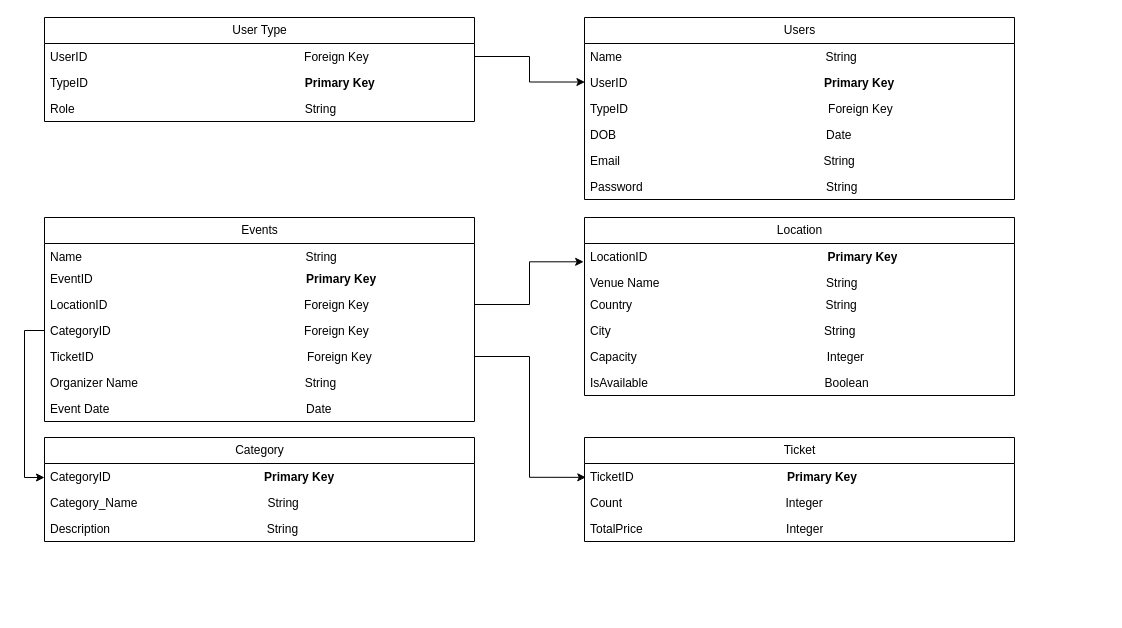
Above: Tables.drawio in Stormtroopper/HTML-layout-learning (draw.io), before the change. Source tidied: cells renumbered, new cells numbered last; positions are measured from the earlier drawing's top-left corner, leaving out a move shared by most shapes. Both pictures are drawn from the tidied source at 100%, with x=0, y=0 at pixel (44, 17).
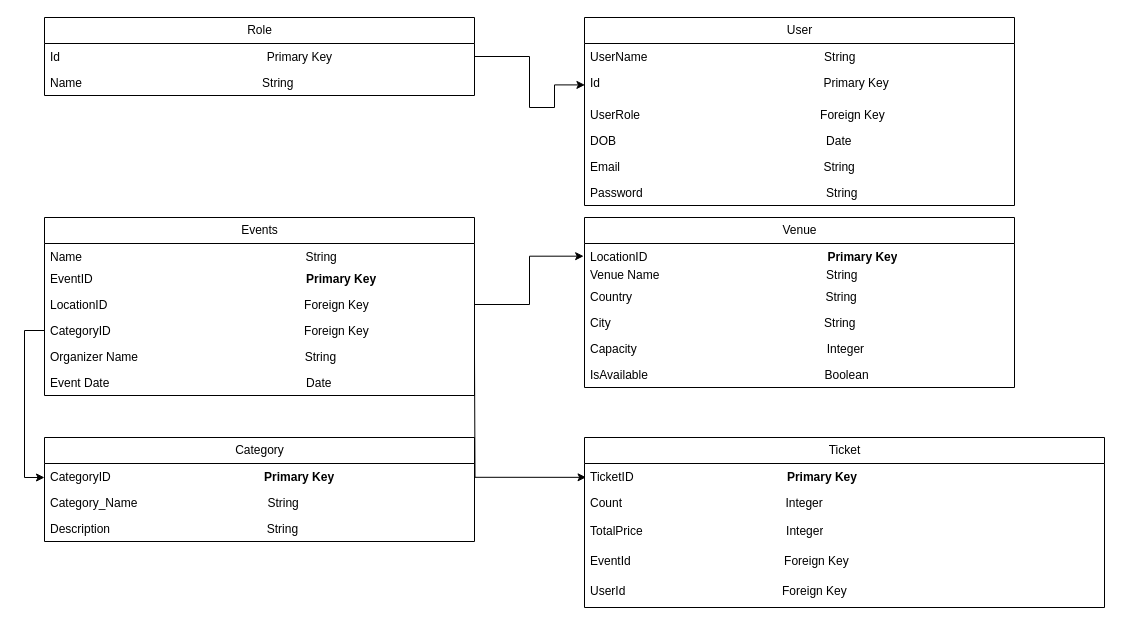
After the change.

The edit, as a diff of the source:
```diff
@@
-    <mxCell id="2" value="User Type" style="swimlane;fontStyle=0;horizontal=1;startSize=26;fillColor=none;html=1;" parent="1" vertex="1">
-      <mxGeometry width="430" height="104" as="geometry" />
+    <mxCell id="2" value="Role" style="swimlane;fontStyle=0;horizontal=1;startSize=26;fillColor=none;html=1;" parent="1" vertex="1">
+      <mxGeometry width="430" height="78" as="geometry" />
     </mxCell>
-    <mxCell id="3" value="UserID&amp;nbsp; &amp;nbsp; &amp;nbsp; &amp;nbsp; &amp;nbsp; &amp;nbsp; &amp;nbsp; &amp;nbsp; &amp;nbsp; &amp;nbsp; &amp;nbsp; &amp;nbsp; &amp;nbsp; &amp;nbsp; &amp;nbsp; &amp;nbsp; &amp;nbsp; &amp;nbsp; &amp;nbsp; &amp;nbsp; &amp;nbsp; &amp;nbsp; &amp;nbsp; &amp;nbsp; &amp;nbsp; &amp;nbsp; &amp;nbsp; &amp;nbsp; &amp;nbsp; &amp;nbsp; &amp;nbsp; &amp;nbsp; &amp;nbsp;Foreign Key&amp;nbsp; &amp;nbsp; &amp;nbsp; &amp;nbsp; &amp;nbsp; &amp;nbsp;" style="text;strokeColor=none;fillColor=none;align=left;verticalAlign=top;spacingLeft=4;spacingRight=4;overflow=hidden;points=[[0,0.5],[1,0.5]];portConstraint=eastwest;whiteSpace=wrap;html=1;" parent="2" vertex="1">
+    <mxCell id="3" value="Id&amp;nbsp; &amp;nbsp; &amp;nbsp; &amp;nbsp; &amp;nbsp; &amp;nbsp; &amp;nbsp; &amp;nbsp; &amp;nbsp; &amp;nbsp; &amp;nbsp; &amp;nbsp; &amp;nbsp; &amp;nbsp; &amp;nbsp; &amp;nbsp; &amp;nbsp; &amp;nbsp; &amp;nbsp; &amp;nbsp; &amp;nbsp; &amp;nbsp; &amp;nbsp; &amp;nbsp; &amp;nbsp; &amp;nbsp; &amp;nbsp; &amp;nbsp; &amp;nbsp; &amp;nbsp; &amp;nbsp; Primary Key" style="text;strokeColor=none;fillColor=none;align=left;verticalAlign=top;spacingLeft=4;spacingRight=4;overflow=hidden;points=[[0,0.5],[1,0.5]];portConstraint=eastwest;whiteSpace=wrap;html=1;" parent="2" vertex="1">
       <mxGeometry y="26" width="430" height="26" as="geometry" />
     </mxCell>
-    <mxCell id="4" value="TypeID&amp;nbsp; &amp;nbsp; &amp;nbsp; &amp;nbsp; &amp;nbsp; &amp;nbsp; &amp;nbsp; &amp;nbsp; &amp;nbsp; &amp;nbsp; &amp;nbsp; &amp;nbsp; &amp;nbsp; &amp;nbsp; &amp;nbsp; &amp;nbsp; &amp;nbsp; &amp;nbsp; &amp;nbsp; &amp;nbsp; &amp;nbsp; &amp;nbsp; &amp;nbsp; &amp;nbsp; &amp;nbsp; &amp;nbsp; &amp;nbsp; &amp;nbsp; &amp;nbsp; &amp;nbsp; &amp;nbsp; &amp;nbsp; &amp;nbsp;&lt;b&gt;Primary Key&lt;/b&gt;&lt;div&gt;&lt;br&gt;&lt;/div&gt;" style="text;strokeColor=none;fillColor=none;align=left;verticalAlign=top;spacingLeft=4;spacingRight=4;overflow=hidden;whiteSpace=wrap;html=1;" parent="2" vertex="1">
+    <mxCell id="4" value="Name&amp;nbsp; &amp;nbsp; &amp;nbsp; &amp;nbsp; &amp;nbsp; &amp;nbsp; &amp;nbsp; &amp;nbsp; &amp;nbsp; &amp;nbsp; &amp;nbsp; &amp;nbsp; &amp;nbsp; &amp;nbsp; &amp;nbsp; &amp;nbsp; &amp;nbsp; &amp;nbsp; &amp;nbsp; &amp;nbsp; &amp;nbsp; &amp;nbsp; &amp;nbsp; &amp;nbsp; &amp;nbsp; &amp;nbsp; &amp;nbsp; String" style="text;strokeColor=none;fillColor=none;align=left;verticalAlign=top;spacingLeft=4;spacingRight=4;overflow=hidden;whiteSpace=wrap;html=1;" parent="2" vertex="1">
       <mxGeometry y="52" width="430" height="26" as="geometry" />
     </mxCell>
-    <mxCell id="5" value="Role&amp;nbsp; &amp;nbsp; &amp;nbsp; &amp;nbsp; &amp;nbsp; &amp;nbsp; &amp;nbsp; &amp;nbsp; &amp;nbsp; &amp;nbsp; &amp;nbsp; &amp;nbsp; &amp;nbsp; &amp;nbsp; &amp;nbsp; &amp;nbsp; &amp;nbsp; &amp;nbsp; &amp;nbsp; &amp;nbsp; &amp;nbsp; &amp;nbsp; &amp;nbsp; &amp;nbsp; &amp;nbsp; &amp;nbsp; &amp;nbsp; &amp;nbsp; &amp;nbsp; &amp;nbsp; &amp;nbsp; &amp;nbsp; &amp;nbsp; &amp;nbsp; &amp;nbsp;String" style="text;strokeColor=none;fillColor=none;align=left;verticalAlign=top;spacingLeft=4;spacingRight=4;overflow=hidden;whiteSpace=wrap;html=1;" parent="2" vertex="1">
-      <mxGeometry y="78" width="430" height="26" as="geometry" />
-    </mxCell>
-    <mxCell id="6" value="Users" style="swimlane;fontStyle=0;horizontal=1;startSize=26;fillColor=none;html=1;" parent="1" vertex="1">
-      <mxGeometry x="540" width="430" height="182" as="geometry" />
+    <mxCell id="6" value="User" style="swimlane;fontStyle=0;horizontal=1;startSize=26;fillColor=none;html=1;" parent="1" vertex="1">
+      <mxGeometry x="540" width="430" height="188" as="geometry" />
     </mxCell>
-    <mxCell id="7" value="Name&amp;nbsp; &amp;nbsp; &amp;nbsp; &amp;nbsp; &amp;nbsp; &amp;nbsp; &amp;nbsp; &amp;nbsp; &amp;nbsp; &amp;nbsp; &amp;nbsp; &amp;nbsp; &amp;nbsp; &amp;nbsp; &amp;nbsp; &amp;nbsp; &amp;nbsp; &amp;nbsp; &amp;nbsp; &amp;nbsp; &amp;nbsp; &amp;nbsp; &amp;nbsp; &amp;nbsp; &amp;nbsp; &amp;nbsp; &amp;nbsp; &amp;nbsp; &amp;nbsp; &amp;nbsp; &amp;nbsp;String" style="text;strokeColor=none;fillColor=none;align=left;verticalAlign=top;spacingLeft=4;spacingRight=4;overflow=hidden;whiteSpace=wrap;html=1;" parent="6" vertex="1">
+    <mxCell id="7" value="UserName&amp;nbsp; &amp;nbsp; &amp;nbsp; &amp;nbsp; &amp;nbsp; &amp;nbsp; &amp;nbsp; &amp;nbsp; &amp;nbsp; &amp;nbsp; &amp;nbsp; &amp;nbsp; &amp;nbsp; &amp;nbsp; &amp;nbsp; &amp;nbsp; &amp;nbsp; &amp;nbsp; &amp;nbsp; &amp;nbsp; &amp;nbsp; &amp;nbsp; &amp;nbsp; &amp;nbsp; &amp;nbsp; &amp;nbsp; &amp;nbsp;String" style="text;strokeColor=none;fillColor=none;align=left;verticalAlign=top;spacingLeft=4;spacingRight=4;overflow=hidden;whiteSpace=wrap;html=1;" parent="6" vertex="1">
       <mxGeometry y="26" width="430" height="26" as="geometry" />
     </mxCell>
-    <mxCell id="8" value="UserID&amp;nbsp; &amp;nbsp; &amp;nbsp; &amp;nbsp; &amp;nbsp; &amp;nbsp; &amp;nbsp; &amp;nbsp; &amp;nbsp; &amp;nbsp; &amp;nbsp; &amp;nbsp; &amp;nbsp; &amp;nbsp; &amp;nbsp; &amp;nbsp; &amp;nbsp; &amp;nbsp; &amp;nbsp; &amp;nbsp; &amp;nbsp; &amp;nbsp; &amp;nbsp; &amp;nbsp; &amp;nbsp; &amp;nbsp; &amp;nbsp; &amp;nbsp; &amp;nbsp; &amp;nbsp;&lt;b&gt;Primary Key&lt;/b&gt;" style="text;strokeColor=none;fillColor=none;align=left;verticalAlign=top;spacingLeft=4;spacingRight=4;overflow=hidden;points=[[0,0.5],[1,0.5]];portConstraint=eastwest;whiteSpace=wrap;html=1;" parent="6" vertex="1">
-      <mxGeometry y="52" width="430" height="26" as="geometry" />
+    <mxCell id="8" value="Id&amp;nbsp; &amp;nbsp; &amp;nbsp; &amp;nbsp; &amp;nbsp; &amp;nbsp; &amp;nbsp; &amp;nbsp; &amp;nbsp; &amp;nbsp; &amp;nbsp; &amp;nbsp; &amp;nbsp; &amp;nbsp; &amp;nbsp; &amp;nbsp; &amp;nbsp; &amp;nbsp; &amp;nbsp; &amp;nbsp; &amp;nbsp; &amp;nbsp; &amp;nbsp; &amp;nbsp; &amp;nbsp; &amp;nbsp; &amp;nbsp; &amp;nbsp; &amp;nbsp; &amp;nbsp; &amp;nbsp; &amp;nbsp; &amp;nbsp; &amp;nbsp;Primary Key" style="text;strokeColor=none;fillColor=none;align=left;verticalAlign=top;spacingLeft=4;spacingRight=4;overflow=hidden;points=[[0,0.5],[1,0.5]];portConstraint=eastwest;whiteSpace=wrap;html=1;" parent="6" vertex="1">
+      <mxGeometry y="52" width="430" height="32" as="geometry" />
     </mxCell>
-    <mxCell id="9" value="TypeID&amp;nbsp; &amp;nbsp; &amp;nbsp; &amp;nbsp; &amp;nbsp; &amp;nbsp; &amp;nbsp; &amp;nbsp; &amp;nbsp; &amp;nbsp; &amp;nbsp; &amp;nbsp; &amp;nbsp; &amp;nbsp; &amp;nbsp; &amp;nbsp; &amp;nbsp; &amp;nbsp; &amp;nbsp; &amp;nbsp; &amp;nbsp; &amp;nbsp; &amp;nbsp; &amp;nbsp; &amp;nbsp; &amp;nbsp; &amp;nbsp; &amp;nbsp; &amp;nbsp; &amp;nbsp; Foreign Key" style="text;strokeColor=none;fillColor=none;align=left;verticalAlign=top;spacingLeft=4;spacingRight=4;overflow=hidden;whiteSpace=wrap;html=1;" parent="6" vertex="1">
-      <mxGeometry y="78" width="430" height="26" as="geometry" />
+    <mxCell id="9" value="UserRole&amp;nbsp; &amp;nbsp; &amp;nbsp; &amp;nbsp; &amp;nbsp; &amp;nbsp; &amp;nbsp; &amp;nbsp; &amp;nbsp; &amp;nbsp; &amp;nbsp; &amp;nbsp; &amp;nbsp; &amp;nbsp; &amp;nbsp; &amp;nbsp; &amp;nbsp; &amp;nbsp; &amp;nbsp; &amp;nbsp; &amp;nbsp; &amp;nbsp; &amp;nbsp; &amp;nbsp; &amp;nbsp; &amp;nbsp; &amp;nbsp; Foreign Key" style="text;strokeColor=none;fillColor=none;align=left;verticalAlign=top;spacingLeft=4;spacingRight=4;overflow=hidden;whiteSpace=wrap;html=1;" parent="6" vertex="1">
+      <mxGeometry y="84" width="430" height="26" as="geometry" />
     </mxCell>
     <mxCell id="10" value="DOB&amp;nbsp; &amp;nbsp; &amp;nbsp; &amp;nbsp; &amp;nbsp; &amp;nbsp; &amp;nbsp; &amp;nbsp; &amp;nbsp; &amp;nbsp; &amp;nbsp; &amp;nbsp; &amp;nbsp; &amp;nbsp; &amp;nbsp; &amp;nbsp; &amp;nbsp; &amp;nbsp; &amp;nbsp; &amp;nbsp; &amp;nbsp; &amp;nbsp; &amp;nbsp; &amp;nbsp; &amp;nbsp; &amp;nbsp; &amp;nbsp; &amp;nbsp; &amp;nbsp; &amp;nbsp; &amp;nbsp; &amp;nbsp;Date" style="text;strokeColor=none;fillColor=none;align=left;verticalAlign=top;spacingLeft=4;spacingRight=4;overflow=hidden;whiteSpace=wrap;html=1;" parent="6" vertex="1">
-      <mxGeometry y="104" width="430" height="26" as="geometry" />
+      <mxGeometry y="110" width="430" height="26" as="geometry" />
     </mxCell>
     <mxCell id="11" value="Email&amp;nbsp; &amp;nbsp; &amp;nbsp; &amp;nbsp; &amp;nbsp; &amp;nbsp; &amp;nbsp; &amp;nbsp; &amp;nbsp; &amp;nbsp; &amp;nbsp; &amp;nbsp; &amp;nbsp; &amp;nbsp; &amp;nbsp; &amp;nbsp; &amp;nbsp; &amp;nbsp; &amp;nbsp; &amp;nbsp; &amp;nbsp; &amp;nbsp; &amp;nbsp; &amp;nbsp; &amp;nbsp; &amp;nbsp; &amp;nbsp; &amp;nbsp; &amp;nbsp; &amp;nbsp; &amp;nbsp;String&lt;div&gt;&lt;br&gt;&lt;/div&gt;" style="text;strokeColor=none;fillColor=none;align=left;verticalAlign=top;spacingLeft=4;spacingRight=4;overflow=hidden;whiteSpace=wrap;html=1;" parent="6" vertex="1">
-      <mxGeometry y="130" width="430" height="26" as="geometry" />
+      <mxGeometry y="136" width="430" height="26" as="geometry" />
     </mxCell>
     <mxCell id="12" value="&lt;div&gt;Password&amp;nbsp; &amp;nbsp; &amp;nbsp; &amp;nbsp; &amp;nbsp; &amp;nbsp; &amp;nbsp; &amp;nbsp; &amp;nbsp; &amp;nbsp; &amp;nbsp; &amp;nbsp; &amp;nbsp; &amp;nbsp; &amp;nbsp; &amp;nbsp; &amp;nbsp; &amp;nbsp; &amp;nbsp; &amp;nbsp; &amp;nbsp; &amp;nbsp; &amp;nbsp; &amp;nbsp; &amp;nbsp; &amp;nbsp; &amp;nbsp; &amp;nbsp;String&lt;/div&gt;" style="text;strokeColor=none;fillColor=none;align=left;verticalAlign=top;spacingLeft=4;spacingRight=4;overflow=hidden;whiteSpace=wrap;html=1;" parent="6" vertex="1">
-      <mxGeometry y="156" width="430" height="26" as="geometry" />
+      <mxGeometry y="162" width="430" height="26" as="geometry" />
     </mxCell>
     <mxCell id="13" value="Events" style="swimlane;fontStyle=0;horizontal=1;startSize=26;fillColor=none;html=1;" parent="1" vertex="1">
-      <mxGeometry y="200" width="430" height="204" as="geometry" />
+      <mxGeometry y="200" width="430" height="178" as="geometry" />
     </mxCell>
@@
-    <mxCell id="18" value="TicketID&amp;nbsp; &amp;nbsp; &amp;nbsp; &amp;nbsp; &amp;nbsp; &amp;nbsp; &amp;nbsp; &amp;nbsp; &amp;nbsp; &amp;nbsp; &amp;nbsp; &amp;nbsp; &amp;nbsp; &amp;nbsp; &amp;nbsp; &amp;nbsp; &amp;nbsp; &amp;nbsp; &amp;nbsp; &amp;nbsp; &amp;nbsp; &amp;nbsp; &amp;nbsp; &amp;nbsp; &amp;nbsp; &amp;nbsp; &amp;nbsp; &amp;nbsp; &amp;nbsp; &amp;nbsp; &amp;nbsp; &amp;nbsp; Foreign Key" style="text;strokeColor=none;fillColor=none;align=left;verticalAlign=top;spacingLeft=4;spacingRight=4;overflow=hidden;points=[[0,0.5],[1,0.5]];portConstraint=eastwest;whiteSpace=wrap;html=1;" parent="13" vertex="1">
-      <mxGeometry y="126" width="430" height="26" as="geometry" />
-    </mxCell>
     <mxCell id="19" value="Organizer Name&amp;nbsp; &amp;nbsp; &amp;nbsp; &amp;nbsp; &amp;nbsp; &amp;nbsp; &amp;nbsp; &amp;nbsp; &amp;nbsp; &amp;nbsp; &amp;nbsp; &amp;nbsp; &amp;nbsp; &amp;nbsp; &amp;nbsp; &amp;nbsp; &amp;nbsp; &amp;nbsp; &amp;nbsp; &amp;nbsp; &amp;nbsp; &amp;nbsp; &amp;nbsp; &amp;nbsp; &amp;nbsp; String&lt;div&gt;&lt;br&gt;&lt;/div&gt;" style="text;strokeColor=none;fillColor=none;align=left;verticalAlign=top;spacingLeft=4;spacingRight=4;overflow=hidden;whiteSpace=wrap;html=1;" parent="13" vertex="1">
-      <mxGeometry y="152" width="430" height="26" as="geometry" />
+      <mxGeometry y="126" width="430" height="26" as="geometry" />
     </mxCell>
     <mxCell id="20" value="&lt;div&gt;Event Date&amp;nbsp; &amp;nbsp; &amp;nbsp; &amp;nbsp; &amp;nbsp; &amp;nbsp; &amp;nbsp; &amp;nbsp; &amp;nbsp; &amp;nbsp; &amp;nbsp; &amp;nbsp; &amp;nbsp; &amp;nbsp; &amp;nbsp; &amp;nbsp; &amp;nbsp; &amp;nbsp; &amp;nbsp; &amp;nbsp; &amp;nbsp; &amp;nbsp; &amp;nbsp; &amp;nbsp; &amp;nbsp; &amp;nbsp; &amp;nbsp; &amp;nbsp; &amp;nbsp; &amp;nbsp;Date&lt;/div&gt;" style="text;strokeColor=none;fillColor=none;align=left;verticalAlign=top;spacingLeft=4;spacingRight=4;overflow=hidden;whiteSpace=wrap;html=1;" parent="13" vertex="1">
-      <mxGeometry y="178" width="430" height="26" as="geometry" />
+      <mxGeometry y="152" width="430" height="26" as="geometry" />
     </mxCell>
-    <mxCell id="21" value="Location" style="swimlane;fontStyle=0;horizontal=1;startSize=26;fillColor=none;html=1;" parent="1" vertex="1">
-      <mxGeometry x="540" y="200" width="430" height="178" as="geometry" />
+    <mxCell id="21" value="Venue" style="swimlane;fontStyle=0;horizontal=1;startSize=26;fillColor=none;html=1;" parent="1" vertex="1">
+      <mxGeometry x="540" y="200" width="430" height="170" as="geometry" />
     </mxCell>
     <mxCell id="22" value="LocationID&amp;nbsp; &amp;nbsp; &amp;nbsp; &amp;nbsp; &amp;nbsp; &amp;nbsp; &amp;nbsp; &amp;nbsp; &amp;nbsp; &amp;nbsp; &amp;nbsp; &amp;nbsp; &amp;nbsp; &amp;nbsp; &amp;nbsp; &amp;nbsp; &amp;nbsp; &amp;nbsp; &amp;nbsp; &amp;nbsp; &amp;nbsp; &amp;nbsp; &amp;nbsp; &amp;nbsp; &amp;nbsp; &amp;nbsp; &amp;nbsp; &lt;b&gt;Primary Key&lt;/b&gt;" style="text;strokeColor=none;fillColor=none;align=left;verticalAlign=top;spacingLeft=4;spacingRight=4;overflow=hidden;points=[[0,0.5],[1,0.5]];portConstraint=eastwest;whiteSpace=wrap;html=1;" parent="21" vertex="1">
-      <mxGeometry y="26" width="430" height="26" as="geometry" />
+      <mxGeometry y="26" width="430" height="18" as="geometry" />
     </mxCell>
     <mxCell id="23" value="Venue Name&amp;nbsp; &amp;nbsp; &amp;nbsp; &amp;nbsp; &amp;nbsp; &amp;nbsp; &amp;nbsp; &amp;nbsp; &amp;nbsp; &amp;nbsp; &amp;nbsp; &amp;nbsp; &amp;nbsp; &amp;nbsp; &amp;nbsp; &amp;nbsp; &amp;nbsp; &amp;nbsp; &amp;nbsp; &amp;nbsp; &amp;nbsp; &amp;nbsp; &amp;nbsp; &amp;nbsp; &amp;nbsp; String" style="text;strokeColor=none;fillColor=none;align=left;verticalAlign=top;spacingLeft=4;spacingRight=4;overflow=hidden;whiteSpace=wrap;html=1;" parent="21" vertex="1">
-      <mxGeometry y="52" width="430" height="22" as="geometry" />
+      <mxGeometry y="44" width="430" height="22" as="geometry" />
     </mxCell>
     <mxCell id="24" value="Country&amp;nbsp; &amp;nbsp; &amp;nbsp; &amp;nbsp; &amp;nbsp; &amp;nbsp; &amp;nbsp; &amp;nbsp; &amp;nbsp; &amp;nbsp; &amp;nbsp; &amp;nbsp; &amp;nbsp; &amp;nbsp; &amp;nbsp; &amp;nbsp; &amp;nbsp; &amp;nbsp; &amp;nbsp; &amp;nbsp; &amp;nbsp; &amp;nbsp; &amp;nbsp; &amp;nbsp; &amp;nbsp; &amp;nbsp; &amp;nbsp; &amp;nbsp; &amp;nbsp; String" style="text;strokeColor=none;fillColor=none;align=left;verticalAlign=top;spacingLeft=4;spacingRight=4;overflow=hidden;whiteSpace=wrap;html=1;" parent="21" vertex="1">
-      <mxGeometry y="74" width="430" height="26" as="geometry" />
+      <mxGeometry y="66" width="430" height="26" as="geometry" />
     </mxCell>
     <mxCell id="25" value="City&amp;nbsp; &amp;nbsp; &amp;nbsp; &amp;nbsp; &amp;nbsp; &amp;nbsp; &amp;nbsp; &amp;nbsp; &amp;nbsp; &amp;nbsp; &amp;nbsp; &amp;nbsp; &amp;nbsp; &amp;nbsp; &amp;nbsp; &amp;nbsp; &amp;nbsp; &amp;nbsp; &amp;nbsp; &amp;nbsp; &amp;nbsp; &amp;nbsp; &amp;nbsp; &amp;nbsp; &amp;nbsp; &amp;nbsp; &amp;nbsp; &amp;nbsp; &amp;nbsp; &amp;nbsp; &amp;nbsp; &amp;nbsp; String&lt;div&gt;&lt;br&gt;&lt;/div&gt;" style="text;strokeColor=none;fillColor=none;align=left;verticalAlign=top;spacingLeft=4;spacingRight=4;overflow=hidden;whiteSpace=wrap;html=1;" parent="21" vertex="1">
-      <mxGeometry y="100" width="430" height="26" as="geometry" />
+      <mxGeometry y="92" width="430" height="26" as="geometry" />
     </mxCell>
     <mxCell id="26" value="&lt;div&gt;Capacity&amp;nbsp; &amp;nbsp; &amp;nbsp; &amp;nbsp;&amp;nbsp;&lt;span style=&quot;background-color: initial;&quot;&gt;&amp;nbsp; &amp;nbsp; &amp;nbsp; &amp;nbsp; &amp;nbsp; &amp;nbsp; &amp;nbsp; &amp;nbsp; &amp;nbsp; &amp;nbsp; &amp;nbsp; &amp;nbsp; &amp;nbsp; &amp;nbsp; &amp;nbsp; &amp;nbsp; &amp;nbsp; &amp;nbsp; &amp;nbsp; &amp;nbsp; &amp;nbsp; &amp;nbsp; &amp;nbsp; &amp;nbsp; &amp;nbsp;Integer&lt;/span&gt;&lt;/div&gt;" style="text;strokeColor=none;fillColor=none;align=left;verticalAlign=top;spacingLeft=4;spacingRight=4;overflow=hidden;whiteSpace=wrap;html=1;" parent="21" vertex="1">
-      <mxGeometry y="126" width="430" height="26" as="geometry" />
+      <mxGeometry y="118" width="430" height="26" as="geometry" />
     </mxCell>
     <mxCell id="27" value="&lt;div&gt;IsAvailable&amp;nbsp; &amp;nbsp; &amp;nbsp; &amp;nbsp; &amp;nbsp; &amp;nbsp; &amp;nbsp; &amp;nbsp; &amp;nbsp; &amp;nbsp; &amp;nbsp; &amp;nbsp; &amp;nbsp; &amp;nbsp; &amp;nbsp; &amp;nbsp; &amp;nbsp; &amp;nbsp; &amp;nbsp; &amp;nbsp; &amp;nbsp; &amp;nbsp; &amp;nbsp; &amp;nbsp; &amp;nbsp; &amp;nbsp; &amp;nbsp;Boolean&lt;/div&gt;" style="text;strokeColor=none;fillColor=none;align=left;verticalAlign=top;spacingLeft=4;spacingRight=4;overflow=hidden;whiteSpace=wrap;html=1;" parent="21" vertex="1">
-      <mxGeometry y="152" width="430" height="26" as="geometry" />
+      <mxGeometry y="144" width="430" height="26" as="geometry" />
     </mxCell>
@@
     <mxCell id="32" value="Ticket" style="swimlane;fontStyle=0;horizontal=1;startSize=26;fillColor=none;html=1;" parent="1" vertex="1">
-      <mxGeometry x="540" y="420" width="430" height="104" as="geometry" />
+      <mxGeometry x="540" y="420" width="520" height="170" as="geometry" />
     </mxCell>
     <mxCell id="33" value="TicketID&amp;nbsp; &amp;nbsp; &amp;nbsp; &amp;nbsp; &amp;nbsp; &amp;nbsp; &amp;nbsp; &amp;nbsp; &amp;nbsp; &amp;nbsp; &amp;nbsp; &amp;nbsp; &amp;nbsp; &amp;nbsp; &amp;nbsp; &amp;nbsp; &amp;nbsp; &amp;nbsp; &amp;nbsp; &amp;nbsp; &amp;nbsp; &amp;nbsp; &amp;nbsp; &lt;b&gt;Primary Key&lt;/b&gt;" style="text;strokeColor=none;fillColor=none;align=left;verticalAlign=top;spacingLeft=4;spacingRight=4;overflow=hidden;points=[[0,0.5],[1,0.5]];portConstraint=eastwest;whiteSpace=wrap;html=1;" parent="32" vertex="1">
-      <mxGeometry y="26" width="430" height="26" as="geometry" />
+      <mxGeometry y="26" width="520" height="26" as="geometry" />
     </mxCell>
     <mxCell id="34" value="&lt;div&gt;Count&amp;nbsp; &amp;nbsp; &amp;nbsp; &amp;nbsp; &amp;nbsp; &amp;nbsp; &amp;nbsp; &amp;nbsp; &amp;nbsp; &amp;nbsp; &amp;nbsp; &amp;nbsp; &amp;nbsp; &amp;nbsp; &amp;nbsp; &amp;nbsp; &amp;nbsp; &amp;nbsp; &amp;nbsp; &amp;nbsp; &amp;nbsp; &amp;nbsp; &amp;nbsp; &amp;nbsp; &amp;nbsp;Integer&lt;/div&gt;" style="text;strokeColor=none;fillColor=none;align=left;verticalAlign=top;spacingLeft=4;spacingRight=4;overflow=hidden;whiteSpace=wrap;html=1;" parent="32" vertex="1">
-      <mxGeometry y="52" width="430" height="26" as="geometry" />
+      <mxGeometry y="52" width="520" height="28" as="geometry" />
     </mxCell>
     <mxCell id="35" value="&lt;div&gt;TotalPrice&amp;nbsp; &amp;nbsp; &amp;nbsp; &amp;nbsp; &amp;nbsp; &amp;nbsp; &amp;nbsp; &amp;nbsp; &amp;nbsp; &amp;nbsp; &amp;nbsp; &amp;nbsp; &amp;nbsp; &amp;nbsp; &amp;nbsp; &amp;nbsp; &amp;nbsp; &amp;nbsp; &amp;nbsp; &amp;nbsp; &amp;nbsp; &amp;nbsp;Integer&lt;/div&gt;" style="text;strokeColor=none;fillColor=none;align=left;verticalAlign=top;spacingLeft=4;spacingRight=4;overflow=hidden;whiteSpace=wrap;html=1;" parent="32" vertex="1">
-      <mxGeometry y="78" width="430" height="26" as="geometry" />
+      <mxGeometry y="80" width="520" height="30" as="geometry" />
     </mxCell>
+    <mxCell id="40" value="EventId&amp;nbsp; &amp;nbsp; &amp;nbsp; &amp;nbsp; &amp;nbsp; &amp;nbsp; &amp;nbsp; &amp;nbsp; &amp;nbsp; &amp;nbsp; &amp;nbsp; &amp;nbsp; &amp;nbsp; &amp;nbsp; &amp;nbsp; &amp;nbsp; &amp;nbsp; &amp;nbsp; &amp;nbsp; &amp;nbsp; &amp;nbsp; &amp;nbsp; &amp;nbsp; Foreign Key" style="text;strokeColor=none;fillColor=none;align=left;verticalAlign=top;spacingLeft=4;spacingRight=4;overflow=hidden;whiteSpace=wrap;html=1;" parent="32" vertex="1">
+      <mxGeometry y="110" width="520" height="30" as="geometry" />
+    </mxCell>
+    <mxCell id="41" value="UserId&amp;nbsp; &amp;nbsp; &amp;nbsp; &amp;nbsp; &amp;nbsp; &amp;nbsp; &amp;nbsp; &amp;nbsp; &amp;nbsp; &amp;nbsp; &amp;nbsp; &amp;nbsp; &amp;nbsp; &amp;nbsp; &amp;nbsp; &amp;nbsp; &amp;nbsp; &amp;nbsp; &amp;nbsp; &amp;nbsp; &amp;nbsp; &amp;nbsp; &amp;nbsp; &amp;nbsp;Foreign Key" style="text;strokeColor=none;fillColor=none;align=left;verticalAlign=top;spacingLeft=4;spacingRight=4;overflow=hidden;whiteSpace=wrap;html=1;" parent="32" vertex="1">
+      <mxGeometry y="140" width="520" height="30" as="geometry" />
+    </mxCell>
@@
-    <mxCell id="37" style="edgeStyle=orthogonalEdgeStyle;rounded=0;jettySize=auto;html=1;entryX=0.003;entryY=0.532;entryDx=0;entryDy=0;entryPerimeter=0;" parent="1" edge="1" source="18" target="33">
-      <mxGeometry relative="1" as="geometry" />
+    <mxCell id="37" style="edgeStyle=orthogonalEdgeStyle;rounded=0;jettySize=auto;html=1;entryX=0.003;entryY=0.532;entryDx=0;entryDy=0;entryPerimeter=0;" parent="1" edge="1" target="33">
+      <mxGeometry relative="1" as="geometry">
+        <mxPoint x="430" y="339" as="sourcePoint" />
+      </mxGeometry>
     </mxCell>
@@
     <mxCell id="39" style="edgeStyle=orthogonalEdgeStyle;rounded=0;jettySize=auto;html=1;entryX=0.001;entryY=0.482;entryDx=0;entryDy=0;entryPerimeter=0;" parent="1" edge="1" source="3" target="8">
-      <mxGeometry relative="1" as="geometry" />
+      <mxGeometry relative="1" as="geometry">
+        <Array as="points">
+          <mxPoint x="485" y="39" />
+          <mxPoint x="485" y="90" />
+          <mxPoint x="510" y="90" />
+          <mxPoint x="510" y="67" />
+        </Array>
+      </mxGeometry>
     </mxCell>
```
